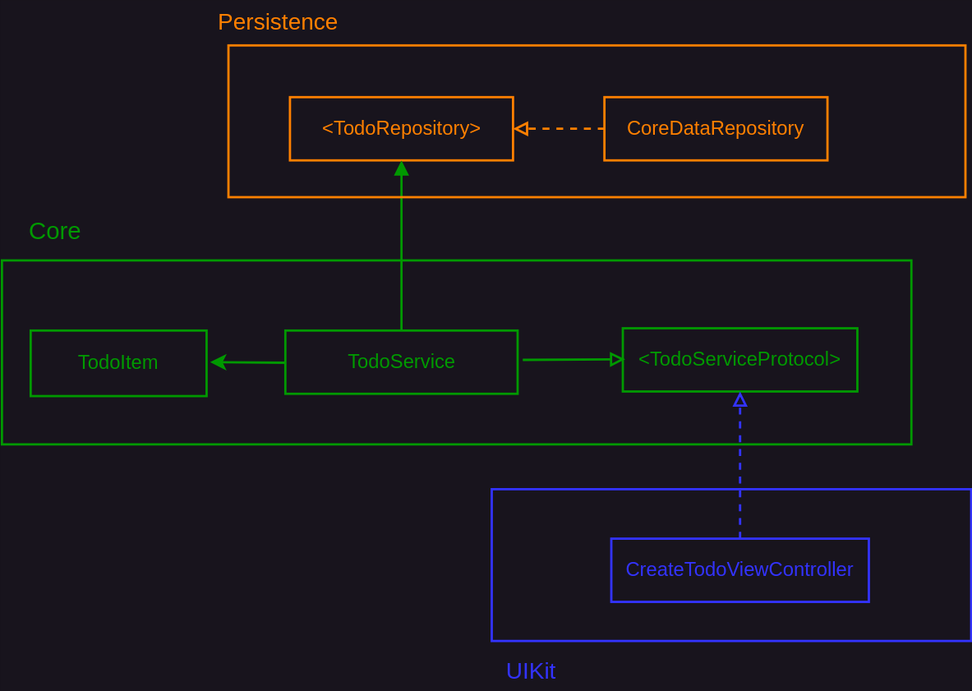
LR-Argentino/TodoCaseStudy keeps this draw.io diagram as architecture.svg. Above is the earlier version. Source tidied: cells renumbered, new cells last; positions are measured from the earlier drawing's top-left corner, leaving out a move shared by most shapes. Its diagram source:
```xml
<mxGraphModel>
  <root>
    <mxCell id="0" />
    <mxCell id="1" parent="0" />
    <mxCell id="2" style="rounded=0;whiteSpace=wrap;html=1;fillColor=none;strokeColor=#009900;strokeWidth=2;" parent="1" vertex="1">
      <mxGeometry y="227" width="791" height="160" as="geometry" />
    </mxCell>
    <mxCell id="3" style="edgeStyle=none;curved=1;rounded=0;jettySize=auto;html=1;fontSize=12;startSize=8;endSize=8;strokeWidth=2;strokeColor=#FF8000;dashed=1;endArrow=block;endFill=0;" parent="1" edge="1" source="4" target="11">
      <mxGeometry relative="1" as="geometry" />
    </mxCell>
    <mxCell id="4" value="CoreDataRepository" style="rounded=0;whiteSpace=wrap;html=1;strokeWidth=2;strokeColor=#FF8000;fontStyle=0;fontSize=17;fontColor=#FF8000;" parent="1" vertex="1">
      <mxGeometry x="524" y="85" width="194" height="55" as="geometry" />
    </mxCell>
    <mxCell id="5" value="TodoItem" style="rounded=0;whiteSpace=wrap;html=1;strokeWidth=2;strokeColor=#009900;fontStyle=0;fontSize=17;fontColor=#009900;" parent="1" vertex="1">
      <mxGeometry x="25" y="288" width="153" height="57" as="geometry" />
    </mxCell>
    <mxCell id="6" value="TodoService" style="rounded=0;whiteSpace=wrap;html=1;strokeWidth=2;strokeColor=#009900;fontStyle=0;fontSize=17;fontColor=#009900;" parent="1" vertex="1">
      <mxGeometry x="246.5" y="288" width="202" height="55" as="geometry" />
    </mxCell>
    <mxCell id="7" style="edgeStyle=none;curved=1;rounded=0;orthogonalLoop=1;jettySize=auto;html=1;fontSize=12;startSize=8;endSize=8;strokeWidth=2;strokeColor=#009900;" parent="1" edge="1">
      <mxGeometry relative="1" as="geometry">
        <mxPoint x="247" y="316" as="sourcePoint" />
        <mxPoint x="181" y="315.5" as="targetPoint" />
      </mxGeometry>
    </mxCell>
    <mxCell id="8" value="&amp;lt;TodoServiceProtocol&amp;gt;" style="rounded=0;whiteSpace=wrap;html=1;strokeWidth=2;strokeColor=#009900;fontStyle=0;fontSize=17;fontColor=#009900;" parent="1" vertex="1">
      <mxGeometry x="540" y="286" width="204" height="55" as="geometry" />
    </mxCell>
    <mxCell id="9" style="edgeStyle=none;curved=1;rounded=0;orthogonalLoop=1;jettySize=auto;html=1;fontSize=12;startSize=8;endSize=8;strokeWidth=2;strokeColor=#009900;endArrow=block;endFill=0;" parent="1" edge="1">
      <mxGeometry relative="1" as="geometry">
        <mxPoint x="453" y="313.5" as="sourcePoint" />
        <mxPoint x="542" y="313" as="targetPoint" />
      </mxGeometry>
    </mxCell>
    <mxCell id="10" value="Core&amp;nbsp;" style="text;html=1;align=center;verticalAlign=middle;strokeColor=none;fillColor=none;fontSize=21;fontColor=#009900;" parent="1" vertex="1">
      <mxGeometry x="14" y="182" width="69" height="37" as="geometry" />
    </mxCell>
    <mxCell id="11" value="&amp;lt;TodoRepository&amp;gt;" style="rounded=0;whiteSpace=wrap;html=1;strokeWidth=2;strokeColor=#FF8000;fontStyle=0;fontSize=17;fontColor=#FF8000;" parent="1" vertex="1">
      <mxGeometry x="250.5" y="85" width="194" height="55" as="geometry" />
    </mxCell>
    <mxCell id="12" style="edgeStyle=none;curved=1;rounded=0;jettySize=auto;html=1;entryX=0.5;entryY=1;entryDx=0;entryDy=0;fontSize=12;startSize=8;endSize=8;strokeWidth=2;strokeColor=#009900;endArrow=block;endFill=1;" parent="1" edge="1" source="6" target="11">
      <mxGeometry relative="1" as="geometry" />
    </mxCell>
    <mxCell id="13" style="edgeStyle=none;curved=1;rounded=0;jettySize=auto;html=1;fontSize=12;startSize=8;endSize=8;fontColor=#3333FF;strokeColor=#3333FF;dashed=1;endArrow=block;endFill=0;strokeWidth=2;" parent="1" edge="1" source="14">
      <mxGeometry relative="1" as="geometry">
        <mxPoint x="642" y="341" as="targetPoint" />
      </mxGeometry>
    </mxCell>
    <mxCell id="14" value="CreateTodoViewController" style="rounded=0;whiteSpace=wrap;html=1;strokeWidth=2;strokeColor=#3333FF;fontStyle=0;fontSize=17;fontColor=#3333FF;" parent="1" vertex="1">
      <mxGeometry x="530" y="469" width="224" height="55" as="geometry" />
    </mxCell>
    <mxCell id="15" style="rounded=0;whiteSpace=wrap;html=1;fillColor=none;strokeColor=#FF8000;strokeWidth=2;" parent="1" vertex="1">
      <mxGeometry x="197" y="40" width="641" height="132" as="geometry" />
    </mxCell>
    <mxCell id="16" value="Persistence" style="text;html=1;align=center;verticalAlign=middle;strokeColor=none;fillColor=none;fontSize=20;fontColor=#FF8000;" parent="1" vertex="1">
      <mxGeometry x="178.5" y="0.5" width="122" height="36" as="geometry" />
    </mxCell>
    <mxCell id="17" style="rounded=0;whiteSpace=wrap;html=1;fillColor=none;strokeColor=#3333FF;strokeWidth=2;" parent="1" vertex="1">
      <mxGeometry x="426" y="426" width="417" height="132" as="geometry" />
    </mxCell>
    <mxCell id="18" value="UIKit" style="text;html=1;align=center;verticalAlign=middle;strokeColor=none;fillColor=none;fontSize=20;fontColor=#3333FF;" parent="1" vertex="1">
      <mxGeometry x="429" y="565" width="61" height="36" as="geometry" />
    </mxCell>
  </root>
</mxGraphModel>
```
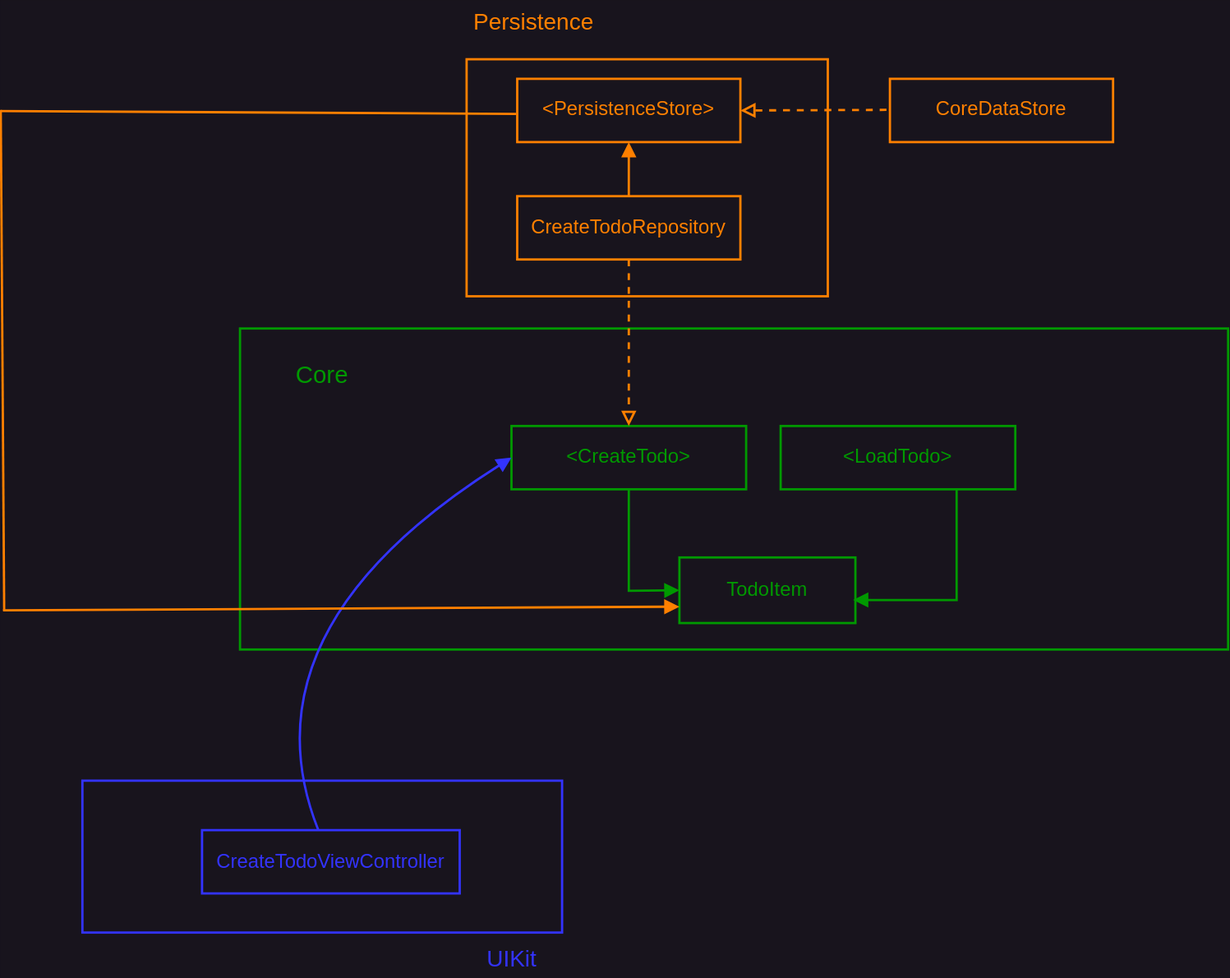
Later version of the same file.

Commit message:
Create PersistenceStore Protocol to be abstract and flexible, create factory method in Tests and extract code into files

Change to the diagram source:
```diff
@@ -3,63 +3,92 @@
     <mxCell id="0" />
     <mxCell id="1" parent="0" />
     <mxCell id="2" style="rounded=0;whiteSpace=wrap;html=1;fillColor=none;strokeColor=#009900;strokeWidth=2;" parent="1" vertex="1">
-      <mxGeometry y="227" width="791" height="160" as="geometry" />
+      <mxGeometry y="200" width="859" height="279" as="geometry" />
     </mxCell>
-    <mxCell id="3" style="edgeStyle=none;curved=1;rounded=0;jettySize=auto;html=1;fontSize=12;startSize=8;endSize=8;strokeWidth=2;strokeColor=#FF8000;dashed=1;endArrow=block;endFill=0;" parent="1" edge="1" source="4" target="11">
-      <mxGeometry relative="1" as="geometry" />
-    </mxCell>
+    <mxCell id="17" style="rounded=0;whiteSpace=wrap;html=1;fillColor=none;strokeColor=#3333FF;strokeWidth=2;" parent="1" vertex="1">
+      <mxGeometry x="-137" y="593" width="417" height="132" as="geometry" />
+    </mxCell>
+    <mxCell id="15" style="rounded=0;whiteSpace=wrap;html=1;fillColor=none;strokeColor=#FF8000;strokeWidth=2;" parent="1" vertex="1">
+      <mxGeometry x="197" y="-34" width="314" height="206" as="geometry" />
+    </mxCell>
-    <mxCell id="4" value="CoreDataRepository" style="rounded=0;whiteSpace=wrap;html=1;strokeWidth=2;strokeColor=#FF8000;fontStyle=0;fontSize=17;fontColor=#FF8000;" parent="1" vertex="1">
-      <mxGeometry x="524" y="85" width="194" height="55" as="geometry" />
+    <mxCell id="4" value="CoreDataStore" style="rounded=0;whiteSpace=wrap;html=1;strokeWidth=2;strokeColor=#FF8000;fontStyle=0;fontSize=17;fontColor=#FF8000;" parent="1" vertex="1">
+      <mxGeometry x="565" y="-17" width="194" height="55" as="geometry" />
     </mxCell>
     <mxCell id="5" value="TodoItem" style="rounded=0;whiteSpace=wrap;html=1;strokeWidth=2;strokeColor=#009900;fontStyle=0;fontSize=17;fontColor=#009900;" parent="1" vertex="1">
-      <mxGeometry x="25" y="288" width="153" height="57" as="geometry" />
+      <mxGeometry x="382" y="399" width="153" height="57" as="geometry" />
     </mxCell>
-    <mxCell id="6" value="TodoService" style="rounded=0;whiteSpace=wrap;html=1;strokeWidth=2;strokeColor=#009900;fontStyle=0;fontSize=17;fontColor=#009900;" parent="1" vertex="1">
-      <mxGeometry x="246.5" y="288" width="202" height="55" as="geometry" />
-    </mxCell>
-    <mxCell id="7" style="edgeStyle=none;curved=1;rounded=0;orthogonalLoop=1;jettySize=auto;html=1;fontSize=12;startSize=8;endSize=8;strokeWidth=2;strokeColor=#009900;" parent="1" edge="1">
-      <mxGeometry relative="1" as="geometry">
-        <mxPoint x="247" y="316" as="sourcePoint" />
-        <mxPoint x="181" y="315.5" as="targetPoint" />
-      </mxGeometry>
-    </mxCell>
+    <mxCell id="19" style="edgeStyle=none;curved=0;rounded=0;jettySize=auto;html=1;entryX=0;entryY=0.5;entryDx=0;entryDy=0;fontSize=12;startSize=8;endSize=8;strokeWidth=2;strokeColor=#009900;endArrow=block;endFill=1;" parent="1" edge="1" source="8" target="5">
+      <mxGeometry relative="1" as="geometry">
+        <Array as="points">
+          <mxPoint x="338" y="428" />
+        </Array>
+      </mxGeometry>
+    </mxCell>
-    <mxCell id="8" value="&amp;lt;TodoServiceProtocol&amp;gt;" style="rounded=0;whiteSpace=wrap;html=1;strokeWidth=2;strokeColor=#009900;fontStyle=0;fontSize=17;fontColor=#009900;" parent="1" vertex="1">
-      <mxGeometry x="540" y="286" width="204" height="55" as="geometry" />
+    <mxCell id="8" value="&amp;lt;CreateTodo&lt;span style=&quot;background-color: initial;&quot;&gt;&amp;gt;&lt;/span&gt;" style="rounded=0;whiteSpace=wrap;html=1;strokeWidth=2;strokeColor=#009900;fontStyle=0;fontSize=17;fontColor=#009900;" parent="1" vertex="1">
+      <mxGeometry x="236" y="284.8" width="204" height="55" as="geometry" />
     </mxCell>
-    <mxCell id="9" style="edgeStyle=none;curved=1;rounded=0;orthogonalLoop=1;jettySize=auto;html=1;fontSize=12;startSize=8;endSize=8;strokeWidth=2;strokeColor=#009900;endArrow=block;endFill=0;" parent="1" edge="1">
-      <mxGeometry relative="1" as="geometry">
-        <mxPoint x="453" y="313.5" as="sourcePoint" />
-        <mxPoint x="542" y="313" as="targetPoint" />
-      </mxGeometry>
-    </mxCell>
     <mxCell id="10" value="Core&amp;nbsp;" style="text;html=1;align=center;verticalAlign=middle;strokeColor=none;fillColor=none;fontSize=21;fontColor=#009900;" parent="1" vertex="1">
-      <mxGeometry x="14" y="182" width="69" height="37" as="geometry" />
+      <mxGeometry x="40" y="221" width="69" height="37" as="geometry" />
     </mxCell>
+    <mxCell id="20" style="edgeStyle=none;curved=1;rounded=0;jettySize=auto;html=1;fontSize=12;startSize=8;endSize=8;strokeWidth=2;strokeColor=#FF8000;dashed=1;endArrow=block;endFill=0;" parent="1" edge="1" source="11" target="8">
+      <mxGeometry relative="1" as="geometry" />
+    </mxCell>
+    <mxCell id="21" style="edgeStyle=none;curved=1;rounded=0;jettySize=auto;html=1;fontSize=12;startSize=8;endSize=8;strokeWidth=2;strokeColor=#FF8000;endArrow=block;endFill=1;" parent="1" edge="1" source="11" target="22">
+      <mxGeometry relative="1" as="geometry" />
+    </mxCell>
-    <mxCell id="11" value="&amp;lt;TodoRepository&amp;gt;" style="rounded=0;whiteSpace=wrap;html=1;strokeWidth=2;strokeColor=#FF8000;fontStyle=0;fontSize=17;fontColor=#FF8000;" parent="1" vertex="1">
-      <mxGeometry x="250.5" y="85" width="194" height="55" as="geometry" />
+    <mxCell id="11" value="CreateTodoRepository" style="rounded=0;whiteSpace=wrap;html=1;strokeWidth=2;strokeColor=#FF8000;fontStyle=0;fontSize=17;fontColor=#FF8000;" parent="1" vertex="1">
+      <mxGeometry x="241" y="85" width="194" height="55" as="geometry" />
     </mxCell>
-    <mxCell id="12" style="edgeStyle=none;curved=1;rounded=0;jettySize=auto;html=1;entryX=0.5;entryY=1;entryDx=0;entryDy=0;fontSize=12;startSize=8;endSize=8;strokeWidth=2;strokeColor=#009900;endArrow=block;endFill=1;" parent="1" edge="1" source="6" target="11">
-      <mxGeometry relative="1" as="geometry" />
-    </mxCell>
-    <mxCell id="13" style="edgeStyle=none;curved=1;rounded=0;jettySize=auto;html=1;fontSize=12;startSize=8;endSize=8;fontColor=#3333FF;strokeColor=#3333FF;dashed=1;endArrow=block;endFill=0;strokeWidth=2;" parent="1" edge="1" source="14">
+    <mxCell id="13" style="edgeStyle=none;curved=1;rounded=0;jettySize=auto;html=1;fontSize=12;startSize=8;endSize=8;fontColor=#3333FF;strokeColor=#3333FF;endArrow=block;endFill=1;strokeWidth=2;entryX=0;entryY=0.5;entryDx=0;entryDy=0;" parent="1" edge="1" source="14" target="8">
       <mxGeometry relative="1" as="geometry">
-        <mxPoint x="642" y="341" as="targetPoint" />
+        <Array as="points">
+          <mxPoint x="-1" y="462" />
+        </Array>
       </mxGeometry>
     </mxCell>
     <mxCell id="14" value="CreateTodoViewController" style="rounded=0;whiteSpace=wrap;html=1;strokeWidth=2;strokeColor=#3333FF;fontStyle=0;fontSize=17;fontColor=#3333FF;" parent="1" vertex="1">
-      <mxGeometry x="530" y="469" width="224" height="55" as="geometry" />
+      <mxGeometry x="-33" y="636" width="224" height="55" as="geometry" />
     </mxCell>
-    <mxCell id="15" style="rounded=0;whiteSpace=wrap;html=1;fillColor=none;strokeColor=#FF8000;strokeWidth=2;" parent="1" vertex="1">
-      <mxGeometry x="197" y="40" width="641" height="132" as="geometry" />
-    </mxCell>
     <mxCell id="16" value="Persistence" style="text;html=1;align=center;verticalAlign=middle;strokeColor=none;fillColor=none;fontSize=20;fontColor=#FF8000;" parent="1" vertex="1">
-      <mxGeometry x="178.5" y="0.5" width="122" height="36" as="geometry" />
+      <mxGeometry x="194" y="-85" width="122" height="36" as="geometry" />
     </mxCell>
-    <mxCell id="17" style="rounded=0;whiteSpace=wrap;html=1;fillColor=none;strokeColor=#3333FF;strokeWidth=2;" parent="1" vertex="1">
-      <mxGeometry x="426" y="426" width="417" height="132" as="geometry" />
-    </mxCell>
     <mxCell id="18" value="UIKit" style="text;html=1;align=center;verticalAlign=middle;strokeColor=none;fillColor=none;fontSize=20;fontColor=#3333FF;" parent="1" vertex="1">
-      <mxGeometry x="429" y="565" width="61" height="36" as="geometry" />
+      <mxGeometry x="205" y="729" width="61" height="36" as="geometry" />
     </mxCell>
+    <mxCell id="22" value="&amp;lt;PersistenceStore&amp;gt;" style="rounded=0;whiteSpace=wrap;html=1;strokeWidth=2;strokeColor=#FF8000;fontStyle=0;fontSize=17;fontColor=#FF8000;" parent="1" vertex="1">
+      <mxGeometry x="241" y="-17" width="194" height="55" as="geometry" />
+    </mxCell>
+    <mxCell id="23" value="&amp;lt;LoadTodo&lt;span style=&quot;background-color: initial;&quot;&gt;&amp;gt;&lt;/span&gt;" style="rounded=0;whiteSpace=wrap;html=1;strokeWidth=2;strokeColor=#009900;fontStyle=0;fontSize=17;fontColor=#009900;" parent="1" vertex="1">
+      <mxGeometry x="470" y="284.8" width="204" height="55" as="geometry" />
+    </mxCell>
+    <mxCell id="24" style="edgeStyle=none;curved=0;rounded=0;jettySize=auto;html=1;entryX=0.987;entryY=0.649;entryDx=0;entryDy=0;entryPerimeter=0;fontSize=12;startSize=8;endSize=8;exitX=0.75;exitY=1;exitDx=0;exitDy=0;strokeWidth=2;strokeColor=#009900;endArrow=block;endFill=1;" parent="1" edge="1" source="23" target="5">
+      <mxGeometry relative="1" as="geometry">
+        <Array as="points">
+          <mxPoint x="623" y="436" />
+        </Array>
+      </mxGeometry>
+    </mxCell>
+    <mxCell id="25" style="edgeStyle=none;curved=1;rounded=0;jettySize=auto;html=1;fontSize=12;startSize=8;endSize=8;strokeColor=#FF8000;strokeWidth=2;entryX=1;entryY=0.5;entryDx=0;entryDy=0;dashed=1;endArrow=block;endFill=0;" parent="1" edge="1" target="22">
+      <mxGeometry relative="1" as="geometry">
+        <mxPoint x="562" y="10" as="sourcePoint" />
+      </mxGeometry>
+    </mxCell>
+    <mxCell id="26" style="edgeStyle=none;curved=1;rounded=0;orthogonalLoop=1;jettySize=auto;html=1;fontSize=12;startSize=8;endSize=8;strokeColor=#FF8000;strokeWidth=2;endArrow=none;endFill=0;" parent="1" edge="1">
+      <mxGeometry relative="1" as="geometry">
+        <mxPoint x="240" y="13.5" as="sourcePoint" />
+        <mxPoint x="-208" y="11" as="targetPoint" />
+      </mxGeometry>
+    </mxCell>
+    <mxCell id="27" style="edgeStyle=none;curved=1;rounded=0;orthogonalLoop=1;jettySize=auto;html=1;fontSize=12;startSize=8;endSize=8;strokeColor=#FF8000;strokeWidth=2;endArrow=none;endFill=0;" parent="1" edge="1">
+      <mxGeometry relative="1" as="geometry">
+        <mxPoint x="-205" y="445" as="sourcePoint" />
+        <mxPoint x="-208" y="10" as="targetPoint" />
+      </mxGeometry>
+    </mxCell>
+    <mxCell id="28" style="edgeStyle=none;curved=1;rounded=0;jettySize=auto;html=1;fontSize=12;startSize=8;endSize=8;strokeColor=#FF8000;strokeWidth=2;endArrow=block;endFill=1;entryX=0;entryY=0.75;entryDx=0;entryDy=0;" parent="1" edge="1" target="5">
+      <mxGeometry relative="1" as="geometry">
+        <mxPoint x="-206" y="445" as="sourcePoint" />
+      </mxGeometry>
+    </mxCell>
   </root>
 </mxGraphModel>
```
